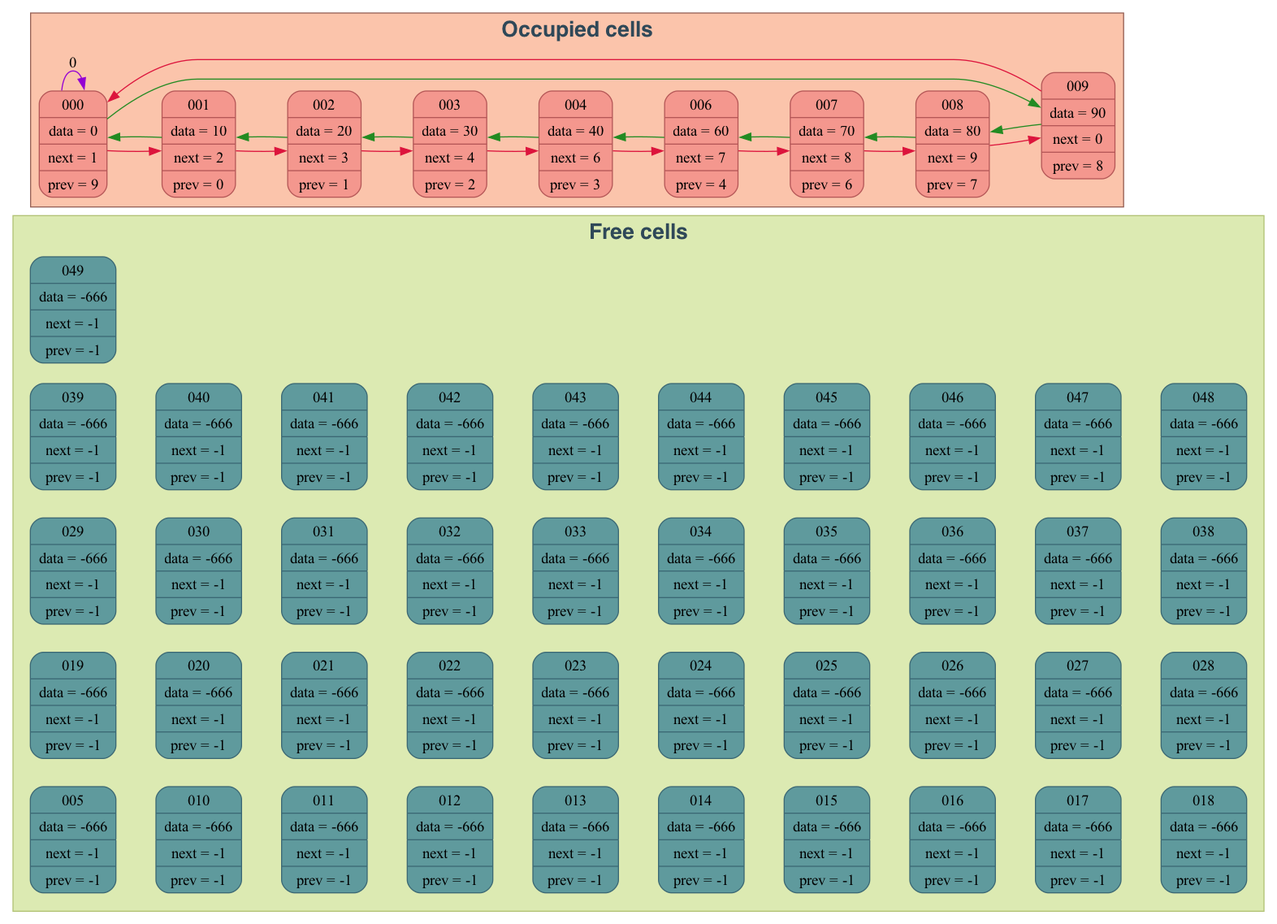
This is dump/graph.png from TolikRogov/List, a Graphviz export, as it was before one commit. Its source is kept beside it as dump/graph.dot.
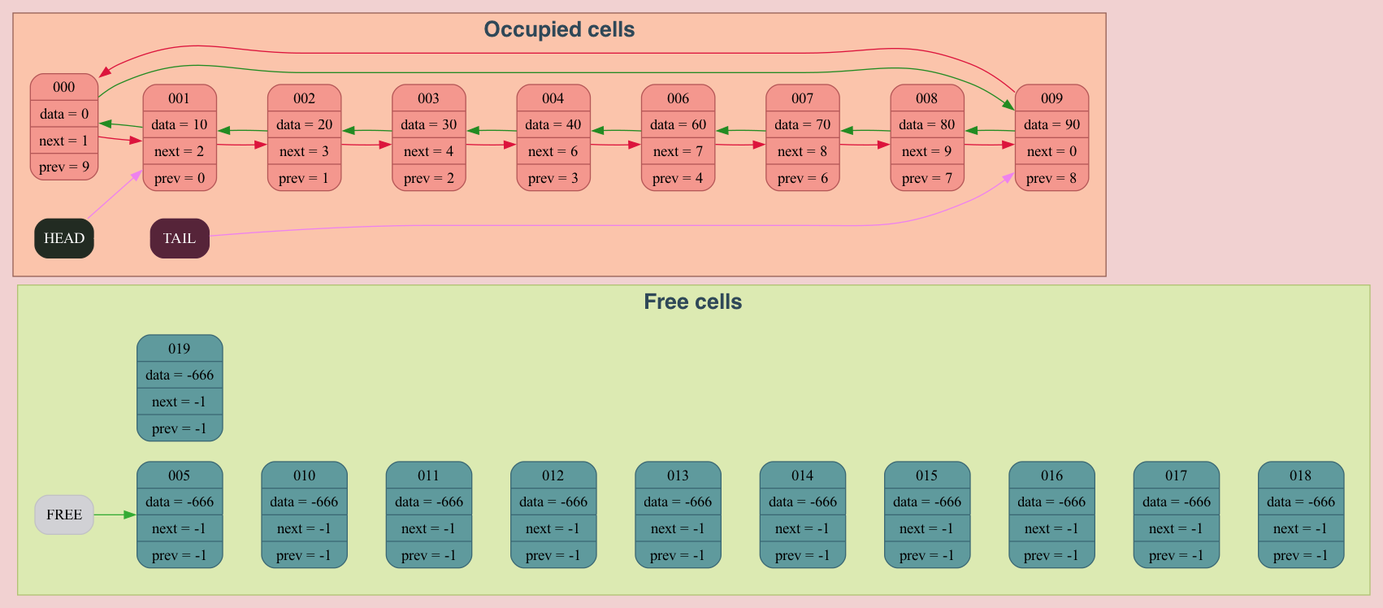
After the commit.

Diff of the diagram source:
```diff
@@ -1,6 +1,7 @@
 digraph {
 	rankdir = LR;
 	fontname = "UbuntuMono";
+	bgcolor = "#F1D1D1";
 
 	subgraph cluster_free {
 		bgcolor = "#DCEAB2";
@@ -8,110 +9,50 @@
 		label = <<B>Free cells</B>>;
 		fontcolor = "#2F4858";
 		fontsize = "20px";
-		node005 [ shape = Mrecord; style = filled; fillcolor = "#5F9A9D"; color = "#3B6874"; label = " 005 | data = -666 | next = -1 | prev = -1 " ];
-		node010 [ shape = Mrecord; style = filled; fillcolor = "#5F9A9D"; color = "#3B6874"; label = " 010 | data = -666 | next = -1 | prev = -1 " ];
-		node011 [ shape = Mrecord; style = filled; fillcolor = "#5F9A9D"; color = "#3B6874"; label = " 011 | data = -666 | next = -1 | prev = -1 " ];
-		node012 [ shape = Mrecord; style = filled; fillcolor = "#5F9A9D"; color = "#3B6874"; label = " 012 | data = -666 | next = -1 | prev = -1 " ];
-		node013 [ shape = Mrecord; style = filled; fillcolor = "#5F9A9D"; color = "#3B6874"; label = " 013 | data = -666 | next = -1 | prev = -1 " ];
-		node014 [ shape = Mrecord; style = filled; fillcolor = "#5F9A9D"; color = "#3B6874"; label = " 014 | data = -666 | next = -1 | prev = -1 " ];
-		node015 [ shape = Mrecord; style = filled; fillcolor = "#5F9A9D"; color = "#3B6874"; label = " 015 | data = -666 | next = -1 | prev = -1 " ];
-		node016 [ shape = Mrecord; style = filled; fillcolor = "#5F9A9D"; color = "#3B6874"; label = " 016 | data = -666 | next = -1 | prev = -1 " ];
-		node017 [ shape = Mrecord; style = filled; fillcolor = "#5F9A9D"; color = "#3B6874"; label = " 017 | data = -666 | next = -1 | prev = -1 " ];
-		node018 [ shape = Mrecord; style = filled; fillcolor = "#5F9A9D"; color = "#3B6874"; label = " 018 | data = -666 | next = -1 | prev = -1 " ];
-		node019 [ shape = Mrecord; style = filled; fillcolor = "#5F9A9D"; color = "#3B6874"; label = " 019 | data = -666 | next = -1 | prev = -1 " ];
-		node020 [ shape = Mrecord; style = filled; fillcolor = "#5F9A9D"; color = "#3B6874"; label = " 020 | data = -666 | next = -1 | prev = -1 " ];
-		node021 [ shape = Mrecord; style = filled; fillcolor = "#5F9A9D"; color = "#3B6874"; label = " 021 | data = -666 | next = -1 | prev = -1 " ];
-		node022 [ shape = Mrecord; style = filled; fillcolor = "#5F9A9D"; color = "#3B6874"; label = " 022 | data = -666 | next = -1 | prev = -1 " ];
-		node023 [ shape = Mrecord; style = filled; fillcolor = "#5F9A9D"; color = "#3B6874"; label = " 023 | data = -666 | next = -1 | prev = -1 " ];
-		node024 [ shape = Mrecord; style = filled; fillcolor = "#5F9A9D"; color = "#3B6874"; label = " 024 | data = -666 | next = -1 | prev = -1 " ];
-		node025 [ shape = Mrecord; style = filled; fillcolor = "#5F9A9D"; color = "#3B6874"; label = " 025 | data = -666 | next = -1 | prev = -1 " ];
-		node026 [ shape = Mrecord; style = filled; fillcolor = "#5F9A9D"; color = "#3B6874"; label = " 026 | data = -666 | next = -1 | prev = -1 " ];
-		node027 [ shape = Mrecord; style = filled; fillcolor = "#5F9A9D"; color = "#3B6874"; label = " 027 | data = -666 | next = -1 | prev = -1 " ];
-		node028 [ shape = Mrecord; style = filled; fillcolor = "#5F9A9D"; color = "#3B6874"; label = " 028 | data = -666 | next = -1 | prev = -1 " ];
-		node029 [ shape = Mrecord; style = filled; fillcolor = "#5F9A9D"; color = "#3B6874"; label = " 029 | data = -666 | next = -1 | prev = -1 " ];
-		node030 [ shape = Mrecord; style = filled; fillcolor = "#5F9A9D"; color = "#3B6874"; label = " 030 | data = -666 | next = -1 | prev = -1 " ];
-		node031 [ shape = Mrecord; style = filled; fillcolor = "#5F9A9D"; color = "#3B6874"; label = " 031 | data = -666 | next = -1 | prev = -1 " ];
-		node032 [ shape = Mrecord; style = filled; fillcolor = "#5F9A9D"; color = "#3B6874"; label = " 032 | data = -666 | next = -1 | prev = -1 " ];
-		node033 [ shape = Mrecord; style = filled; fillcolor = "#5F9A9D"; color = "#3B6874"; label = " 033 | data = -666 | next = -1 | prev = -1 " ];
-		node034 [ shape = Mrecord; style = filled; fillcolor = "#5F9A9D"; color = "#3B6874"; label = " 034 | data = -666 | next = -1 | prev = -1 " ];
-		node035 [ shape = Mrecord; style = filled; fillcolor = "#5F9A9D"; color = "#3B6874"; label = " 035 | data = -666 | next = -1 | prev = -1 " ];
-		node036 [ shape = Mrecord; style = filled; fillcolor = "#5F9A9D"; color = "#3B6874"; label = " 036 | data = -666 | next = -1 | prev = -1 " ];
-		node037 [ shape = Mrecord; style = filled; fillcolor = "#5F9A9D"; color = "#3B6874"; label = " 037 | data = -666 | next = -1 | prev = -1 " ];
-		node038 [ shape = Mrecord; style = filled; fillcolor = "#5F9A9D"; color = "#3B6874"; label = " 038 | data = -666 | next = -1 | prev = -1 " ];
-		node039 [ shape = Mrecord; style = filled; fillcolor = "#5F9A9D"; color = "#3B6874"; label = " 039 | data = -666 | next = -1 | prev = -1 " ];
-		node040 [ shape = Mrecord; style = filled; fillcolor = "#5F9A9D"; color = "#3B6874"; label = " 040 | data = -666 | next = -1 | prev = -1 " ];
-		node041 [ shape = Mrecord; style = filled; fillcolor = "#5F9A9D"; color = "#3B6874"; label = " 041 | data = -666 | next = -1 | prev = -1 " ];
-		node042 [ shape = Mrecord; style = filled; fillcolor = "#5F9A9D"; color = "#3B6874"; label = " 042 | data = -666 | next = -1 | prev = -1 " ];
-		node043 [ shape = Mrecord; style = filled; fillcolor = "#5F9A9D"; color = "#3B6874"; label = " 043 | data = -666 | next = -1 | prev = -1 " ];
-		node044 [ shape = Mrecord; style = filled; fillcolor = "#5F9A9D"; color = "#3B6874"; label = " 044 | data = -666 | next = -1 | prev = -1 " ];
-		node045 [ shape = Mrecord; style = filled; fillcolor = "#5F9A9D"; color = "#3B6874"; label = " 045 | data = -666 | next = -1 | prev = -1 " ];
-		node046 [ shape = Mrecord; style = filled; fillcolor = "#5F9A9D"; color = "#3B6874"; label = " 046 | data = -666 | next = -1 | prev = -1 " ];
-		node047 [ shape = Mrecord; style = filled; fillcolor = "#5F9A9D"; color = "#3B6874"; label = " 047 | data = -666 | next = -1 | prev = -1 " ];
-		node048 [ shape = Mrecord; style = filled; fillcolor = "#5F9A9D"; color = "#3B6874"; label = " 048 | data = -666 | next = -1 | prev = -1 " ];
-		node049 [ shape = Mrecord; style = filled; fillcolor = "#5F9A9D"; color = "#3B6874"; label = " 049 | data = -666 | next = -1 | prev = -1 " ];
 
-		subgraph cluster_free000 {
+		subgraph cluster_Free {
 			peripheries = 0
 			label = "";
-			node005 -> node010 [ weight = 1000; color = "#DCEAB2"; ];
-			node010 -> node011 [ weight = 1000; color = "#DCEAB2"; ];
-			node011 -> node012 [ weight = 1000; color = "#DCEAB2"; ];
-			node012 -> node013 [ weight = 1000; color = "#DCEAB2"; ];
-			node013 -> node014 [ weight = 1000; color = "#DCEAB2"; ];
-			node014 -> node015 [ weight = 1000; color = "#DCEAB2"; ];
-			node015 -> node016 [ weight = 1000; color = "#DCEAB2"; ];
-			node016 -> node017 [ weight = 1000; color = "#DCEAB2"; ];
-			node017 -> node018 [ weight = 1000; color = "#DCEAB2"; ];
+			nodeFree [ shape = Mrecord; style = filled; fillcolor = "#D1D1D5"; color = "#C1C1C5"; fontcolor = "black"; label = "FREE"; ];
 		}
 
-		subgraph cluster_free001 {
+		subgraph cluster_free {
 			peripheries = 0
 			label = "";
-			node019 -> node020 [ weight = 1000; color = "#DCEAB2"; ];
-			node020 -> node021 [ weight = 1000; color = "#DCEAB2"; ];
-			node021 -> node022 [ weight = 1000; color = "#DCEAB2"; ];
-			node022 -> node023 [ weight = 1000; color = "#DCEAB2"; ];
-			node023 -> node024 [ weight = 1000; color = "#DCEAB2"; ];
-			node024 -> node025 [ weight = 1000; color = "#DCEAB2"; ];
-			node025 -> node026 [ weight = 1000; color = "#DCEAB2"; ];
-			node026 -> node027 [ weight = 1000; color = "#DCEAB2"; ];
-			node027 -> node028 [ weight = 1000; color = "#DCEAB2"; ];
+			node005 [ shape = Mrecord; style = filled; fillcolor = "#5F9A9D"; color = "#3B6874"; label = " 005 | data = -666 | next = -1 | prev = -1 " ];
+			node010 [ shape = Mrecord; style = filled; fillcolor = "#5F9A9D"; color = "#3B6874"; label = " 010 | data = -666 | next = -1 | prev = -1 " ];
+			node011 [ shape = Mrecord; style = filled; fillcolor = "#5F9A9D"; color = "#3B6874"; label = " 011 | data = -666 | next = -1 | prev = -1 " ];
+			node012 [ shape = Mrecord; style = filled; fillcolor = "#5F9A9D"; color = "#3B6874"; label = " 012 | data = -666 | next = -1 | prev = -1 " ];
+			node013 [ shape = Mrecord; style = filled; fillcolor = "#5F9A9D"; color = "#3B6874"; label = " 013 | data = -666 | next = -1 | prev = -1 " ];
+			node014 [ shape = Mrecord; style = filled; fillcolor = "#5F9A9D"; color = "#3B6874"; label = " 014 | data = -666 | next = -1 | prev = -1 " ];
+			node015 [ shape = Mrecord; style = filled; fillcolor = "#5F9A9D"; color = "#3B6874"; label = " 015 | data = -666 | next = -1 | prev = -1 " ];
+			node016 [ shape = Mrecord; style = filled; fillcolor = "#5F9A9D"; color = "#3B6874"; label = " 016 | data = -666 | next = -1 | prev = -1 " ];
+			node017 [ shape = Mrecord; style = filled; fillcolor = "#5F9A9D"; color = "#3B6874"; label = " 017 | data = -666 | next = -1 | prev = -1 " ];
+			node018 [ shape = Mrecord; style = filled; fillcolor = "#5F9A9D"; color = "#3B6874"; label = " 018 | data = -666 | next = -1 | prev = -1 " ];
+			node019 [ shape = Mrecord; style = filled; fillcolor = "#5F9A9D"; color = "#3B6874"; label = " 019 | data = -666 | next = -1 | prev = -1 " ];
+
+			subgraph cluster_free000 {
+				peripheries = 0
+				label = "";
+				node005 -> node010 [ weight = 1000; color = "#DCEAB2"; ];
+				node010 -> node011 [ weight = 1000; color = "#DCEAB2"; ];
+				node011 -> node012 [ weight = 1000; color = "#DCEAB2"; ];
+				node012 -> node013 [ weight = 1000; color = "#DCEAB2"; ];
+				node013 -> node014 [ weight = 1000; color = "#DCEAB2"; ];
+				node014 -> node015 [ weight = 1000; color = "#DCEAB2"; ];
+				node015 -> node016 [ weight = 1000; color = "#DCEAB2"; ];
+				node016 -> node017 [ weight = 1000; color = "#DCEAB2"; ];
+				node017 -> node018 [ weight = 1000; color = "#DCEAB2"; ];
+			}
+
+			subgraph cluster_free001 {
+				peripheries = 0
+				label = "";
+			}
+
+			nodeFree -> node005 [ weight = 1000; color = "#34AB34"; ];
+
 		}
-
-		subgraph cluster_free002 {
-			peripheries = 0
-			label = "";
-			node029 -> node030 [ weight = 1000; color = "#DCEAB2"; ];
-			node030 -> node031 [ weight = 1000; color = "#DCEAB2"; ];
-			node031 -> node032 [ weight = 1000; color = "#DCEAB2"; ];
-			node032 -> node033 [ weight = 1000; color = "#DCEAB2"; ];
-			node033 -> node034 [ weight = 1000; color = "#DCEAB2"; ];
-			node034 -> node035 [ weight = 1000; color = "#DCEAB2"; ];
-			node035 -> node036 [ weight = 1000; color = "#DCEAB2"; ];
-			node036 -> node037 [ weight = 1000; color = "#DCEAB2"; ];
-			node037 -> node038 [ weight = 1000; color = "#DCEAB2"; ];
-		}
-
-		subgraph cluster_free003 {
-			peripheries = 0
-			label = "";
-			node039 -> node040 [ weight = 1000; color = "#DCEAB2"; ];
-			node040 -> node041 [ weight = 1000; color = "#DCEAB2"; ];
-			node041 -> node042 [ weight = 1000; color = "#DCEAB2"; ];
-			node042 -> node043 [ weight = 1000; color = "#DCEAB2"; ];
-			node043 -> node044 [ weight = 1000; color = "#DCEAB2"; ];
-			node044 -> node045 [ weight = 1000; color = "#DCEAB2"; ];
-			node045 -> node046 [ weight = 1000; color = "#DCEAB2"; ];
-			node046 -> node047 [ weight = 1000; color = "#DCEAB2"; ];
-			node047 -> node048 [ weight = 1000; color = "#DCEAB2"; ];
-		}
-
-		subgraph cluster_free004 {
-			peripheries = 0
-			label = "";
-		}
-
-
 	}
 
 
@@ -121,36 +62,50 @@
 		label = <<B>Occupied cells</B>>;
 		fontcolor = "#2F4858";
 		fontsize = "20px";
-		node000 [ shape = Mrecord; style = filled; fillcolor = "#F4978E"; color = "#B55757"; label = " 000 | data = 0 | next = 1 | prev = 9 " ];
-		node001 [ shape = Mrecord; style = filled; fillcolor = "#F4978E"; color = "#B55757"; label = " 001 | data = 10 | next = 2 | prev = 0 " ];
-		node002 [ shape = Mrecord; style = filled; fillcolor = "#F4978E"; color = "#B55757"; label = " 002 | data = 20 | next = 3 | prev = 1 " ];
-		node003 [ shape = Mrecord; style = filled; fillcolor = "#F4978E"; color = "#B55757"; label = " 003 | data = 30 | next = 4 | prev = 2 " ];
-		node004 [ shape = Mrecord; style = filled; fillcolor = "#F4978E"; color = "#B55757"; label = " 004 | data = 40 | next = 6 | prev = 3 " ];
-		node006 [ shape = Mrecord; style = filled; fillcolor = "#F4978E"; color = "#B55757"; label = " 006 | data = 60 | next = 7 | prev = 4 " ];
-		node007 [ shape = Mrecord; style = filled; fillcolor = "#F4978E"; color = "#B55757"; label = " 007 | data = 70 | next = 8 | prev = 6 " ];
-		node008 [ shape = Mrecord; style = filled; fillcolor = "#F4978E"; color = "#B55757"; label = " 008 | data = 80 | next = 9 | prev = 7 " ];
-		node009 [ shape = Mrecord; style = filled; fillcolor = "#F4978E"; color = "#B55757"; label = " 009 | data = 90 | next = 0 | prev = 8 " ];
 
-		node000 -> node000 [label = "0"; color = "#9400D3"; ];
-		node000 -> node001 [ color = "#DC143C"; ];
-		node001 -> node002 [ color = "#DC143C"; ];
-		node002 -> node003 [ color = "#DC143C"; ];
-		node003 -> node004 [ color = "#DC143C"; ];
-		node004 -> node006 [ color = "#DC143C"; ];
-		node006 -> node007 [ color = "#DC143C"; ];
-		node007 -> node008 [ color = "#DC143C"; ];
-		node008 -> node009 [ color = "#DC143C"; ];
-		node009 -> node000 [ color = "#DC143C"; ];
+		subgraph cluster_HeadAndTail {
+			peripheries = 0
+			label = "";
+			nodeHead [ shape = Mrecord; style = filled; fillcolor = "#222B22"; color = "#262B22"; fontcolor = "white"; label = "HEAD"; ];
+			nodeTail [ shape = Mrecord; style = filled; fillcolor = "#562439"; color = "#56243C"; fontcolor = "white"; label = "TAIL"; ];
+			nodeHead -> nodeTail [ color = "#FBC4AB"; ];
+		}
 
-		node000 -> node009 [ color = "#228B22"; ];
-		node001 -> node000 [ color = "#228B22"; ];
-		node002 -> node001 [ color = "#228B22"; ];
-		node003 -> node002 [ color = "#228B22"; ];
-		node004 -> node003 [ color = "#228B22"; ];
-		node006 -> node004 [ color = "#228B22"; ];
-		node007 -> node006 [ color = "#228B22"; ];
-		node008 -> node007 [ color = "#228B22"; ];
-		node009 -> node008 [ color = "#228B22"; ];
+		subgraph cluster_occupied {
+			peripheries = 0
+			label = "";
+			node000 [ shape = Mrecord; style = filled; fillcolor = "#F4978E"; color = "#B55757"; label = " 000 | data = 0 | next = 1 | prev = 9 "; ];
+			node001 [ shape = Mrecord; style = filled; fillcolor = "#F4978E"; color = "#B55757"; label = " 001 | data = 10 | next = 2 | prev = 0 "; ];
+			node002 [ shape = Mrecord; style = filled; fillcolor = "#F4978E"; color = "#B55757"; label = " 002 | data = 20 | next = 3 | prev = 1 "; ];
+			node003 [ shape = Mrecord; style = filled; fillcolor = "#F4978E"; color = "#B55757"; label = " 003 | data = 30 | next = 4 | prev = 2 "; ];
+			node004 [ shape = Mrecord; style = filled; fillcolor = "#F4978E"; color = "#B55757"; label = " 004 | data = 40 | next = 6 | prev = 3 "; ];
+			node006 [ shape = Mrecord; style = filled; fillcolor = "#F4978E"; color = "#B55757"; label = " 006 | data = 60 | next = 7 | prev = 4 "; ];
+			node007 [ shape = Mrecord; style = filled; fillcolor = "#F4978E"; color = "#B55757"; label = " 007 | data = 70 | next = 8 | prev = 6 "; ];
+			node008 [ shape = Mrecord; style = filled; fillcolor = "#F4978E"; color = "#B55757"; label = " 008 | data = 80 | next = 9 | prev = 7 "; ];
+			node009 [ shape = Mrecord; style = filled; fillcolor = "#F4978E"; color = "#B55757"; label = " 009 | data = 90 | next = 0 | prev = 8 "; ];
+
+			node000 -> node001 [ color = "#DC143C"; ];
+			node000 -> node009 [ color = "#228B22"; ];
+			nodeHead -> node001 [ color = "violet"; ];
+			node001 -> node002 [ color = "#DC143C"; ];
+			node001 -> node000 [ color = "#228B22"; ];
+			node002 -> node003 [ color = "#DC143C"; ];
+			node002 -> node001 [ color = "#228B22"; ];
+			node003 -> node004 [ color = "#DC143C"; ];
+			node003 -> node002 [ color = "#228B22"; ];
+			node004 -> node006 [ color = "#DC143C"; ];
+			node004 -> node003 [ color = "#228B22"; ];
+			node006 -> node007 [ color = "#DC143C"; ];
+			node006 -> node004 [ color = "#228B22"; ];
+			node007 -> node008 [ color = "#DC143C"; ];
+			node007 -> node006 [ color = "#228B22"; ];
+			node008 -> node009 [ color = "#DC143C"; ];
+			node008 -> node007 [ color = "#228B22"; ];
+			nodeTail -> node009 [ color = "violet"; ];
+			node009 -> node000 [ color = "#DC143C"; ];
+			node009 -> node008 [ color = "#228B22"; ];
+		}
+
 	}
 
 }
```
